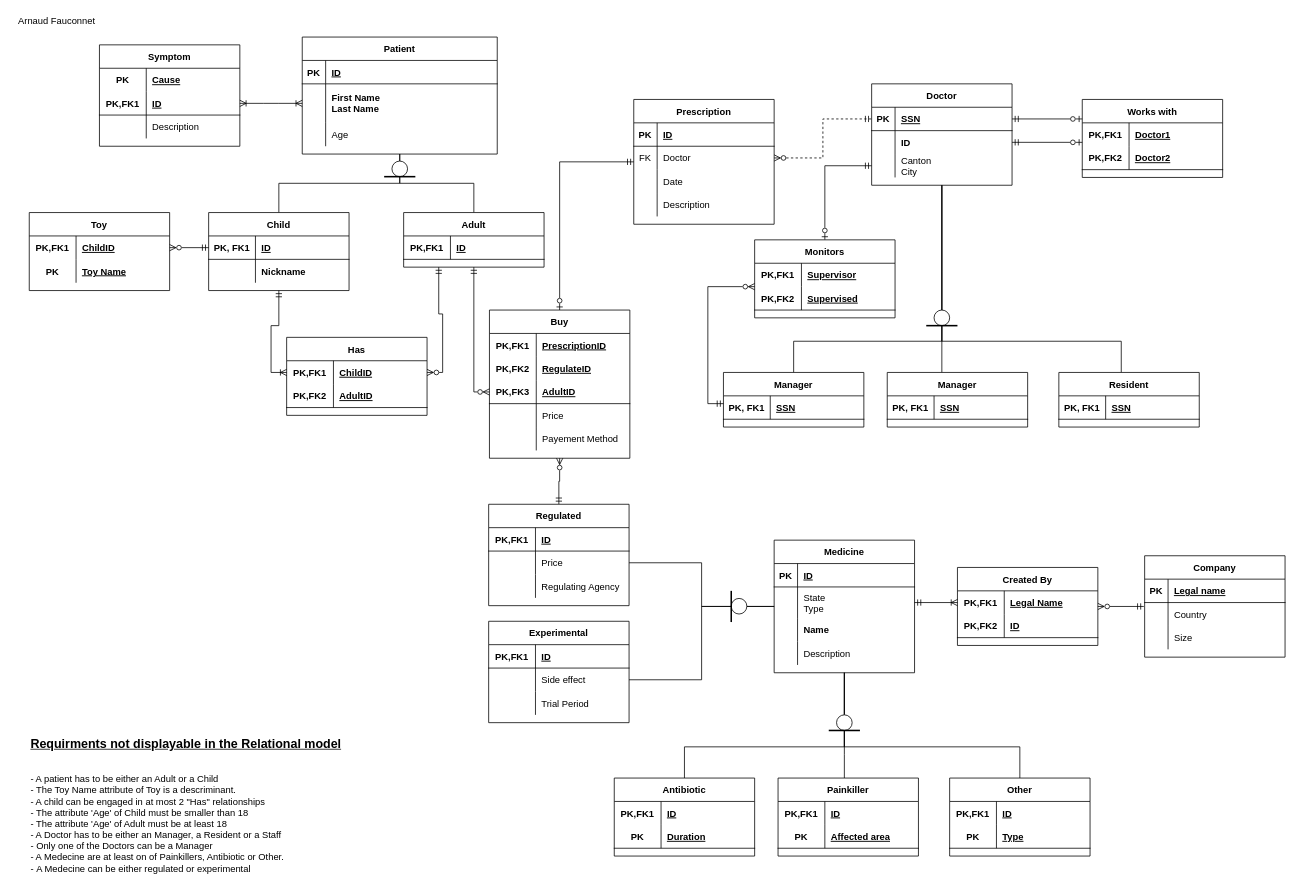
The draw.io diagram 02.drawio in karma-riuk/DM_Assignments, before the edit. Source tidied: cells renumbered, new cells numbered last; positions are measured from the earlier drawing's top-left corner, leaving out a move shared by most shapes. Both pictures are drawn from the tidied source at 78%, with x=0, y=0 at pixel (13, 13).
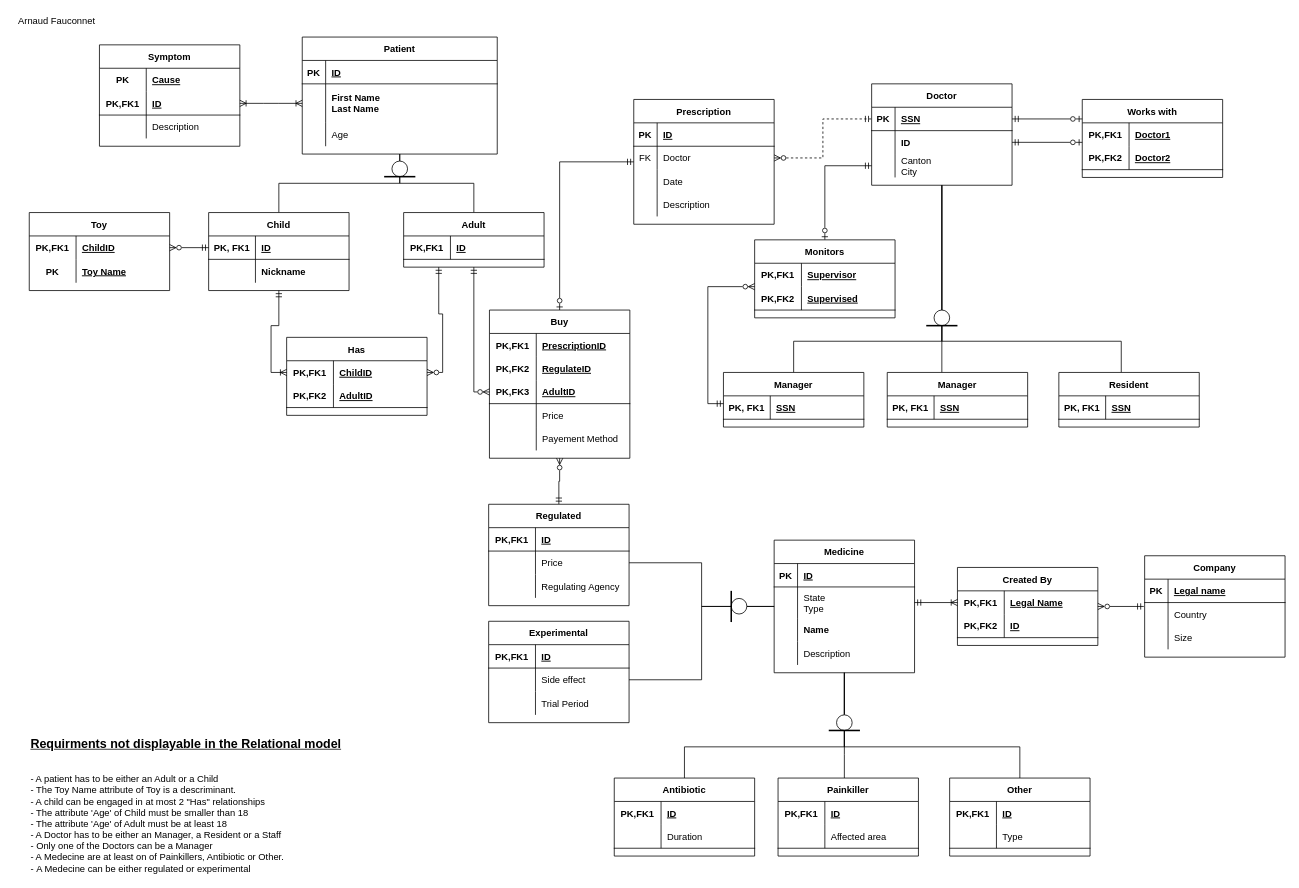
The same diagram, later.

The change refers to these unchanged cells:
```xml
<mxCell id="65" style="shape=tableRow;horizontal=0;startSize=0;swimlaneHead=0;swimlaneBody=0;fillColor=none;top=0;left=0;right=0;bottom=1;" parent="61" vertex="1">
  <mxGeometry y="60" width="180" height="30" as="geometry" />
</mxCell>
<mxCell id="73" style="shape=tableRow;horizontal=0;startSize=0;swimlaneHead=0;swimlaneBody=0;fillColor=none;top=0;left=0;right=0;bottom=1;" parent="69" vertex="1">
  <mxGeometry y="60" width="180" height="30" as="geometry" />
</mxCell>
<mxCell id="81" style="shape=tableRow;horizontal=0;startSize=0;swimlaneHead=0;swimlaneBody=0;fillColor=none;top=0;left=0;right=0;bottom=1;" parent="77" vertex="1">
  <mxGeometry y="60" width="180" height="30" as="geometry" />
</mxCell>
```

What changed in the source:
```diff
@@
-    <mxCell id="66" value="PK" style="shape=partialRectangle;fillColor=none;top=0;left=0;bottom=0;right=0;fontStyle=1;overflow=hidden;" parent="65" vertex="1">
+    <mxCell id="66" style="shape=partialRectangle;fillColor=none;top=0;left=0;bottom=0;right=0;fontStyle=1;overflow=hidden;" parent="65" vertex="1">
       <mxGeometry width="60" height="30" as="geometry" />
     </mxCell>
-    <mxCell id="67" value="Duration" style="shape=partialRectangle;fillColor=none;top=0;left=0;bottom=0;right=0;align=left;spacingLeft=6;fontStyle=5;overflow=hidden;" parent="65" vertex="1">
+    <mxCell id="67" value="Duration" style="shape=partialRectangle;fillColor=none;top=0;left=0;bottom=0;right=0;align=left;spacingLeft=6;fontStyle=0;overflow=hidden;" parent="65" vertex="1">
       <mxGeometry x="60" width="120" height="30" as="geometry" />
     </mxCell>
@@
-    <mxCell id="74" value="PK" style="shape=partialRectangle;fillColor=none;top=0;left=0;bottom=0;right=0;fontStyle=1;overflow=hidden;" parent="73" vertex="1">
+    <mxCell id="74" style="shape=partialRectangle;fillColor=none;top=0;left=0;bottom=0;right=0;fontStyle=1;overflow=hidden;" parent="73" vertex="1">
       <mxGeometry width="60" height="30" as="geometry" />
     </mxCell>
-    <mxCell id="75" value="Affected area" style="shape=partialRectangle;fillColor=none;top=0;left=0;bottom=0;right=0;align=left;spacingLeft=6;fontStyle=5;overflow=hidden;" parent="73" vertex="1">
+    <mxCell id="75" value="Affected area" style="shape=partialRectangle;fillColor=none;top=0;left=0;bottom=0;right=0;align=left;spacingLeft=6;fontStyle=0;overflow=hidden;" parent="73" vertex="1">
       <mxGeometry x="60" width="120" height="30" as="geometry" />
     </mxCell>
@@
-    <mxCell id="82" value="PK" style="shape=partialRectangle;fillColor=none;top=0;left=0;bottom=0;right=0;fontStyle=1;overflow=hidden;" parent="81" vertex="1">
+    <mxCell id="82" style="shape=partialRectangle;fillColor=none;top=0;left=0;bottom=0;right=0;fontStyle=1;overflow=hidden;" parent="81" vertex="1">
       <mxGeometry width="60" height="30" as="geometry" />
     </mxCell>
-    <mxCell id="83" value="Type" style="shape=partialRectangle;fillColor=none;top=0;left=0;bottom=0;right=0;align=left;spacingLeft=6;fontStyle=5;overflow=hidden;" parent="81" vertex="1">
+    <mxCell id="83" value="Type" style="shape=partialRectangle;fillColor=none;top=0;left=0;bottom=0;right=0;align=left;spacingLeft=6;fontStyle=0;overflow=hidden;" parent="81" vertex="1">
       <mxGeometry x="60" width="120" height="30" as="geometry" />
     </mxCell>
```
